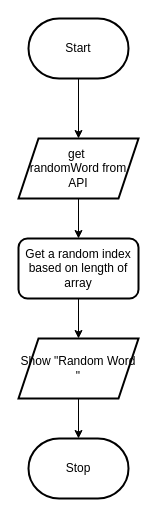
Before: design/flowchart.drawio in MTHS-ICD2O-1-2024/ICD2O-Assignment-06-catherine-vu-09, a draw.io diagram. Source tidied: cells renumbered, new cells numbered last; positions are measured from the earlier drawing's top-left corner, leaving out a move shared by most shapes. Both pictures are drawn from the tidied source at 100%, with x=0, y=0 at pixel (18, 18).
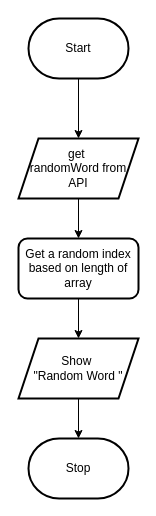
The same page after the edit.

The edit, as a diff of the source:
```diff
@@
 <mxGraphModel>
   <root>
     <mxCell id="0" />
     <mxCell id="1" parent="0" />
     <mxCell id="2" style="edgeStyle=none;html=1;" parent="1" edge="1" source="3" target="6">
       <mxGeometry relative="1" as="geometry" />
     </mxCell>
     <mxCell id="3" value="Start" style="strokeWidth=2;html=1;shape=mxgraph.flowchart.terminator;whiteSpace=wrap;" parent="1" vertex="1">
       <mxGeometry x="10" width="100" height="60" as="geometry" />
     </mxCell>
     <mxCell id="4" value="Stop" style="strokeWidth=2;html=1;shape=mxgraph.flowchart.terminator;whiteSpace=wrap;" parent="1" vertex="1">
       <mxGeometry x="10" y="420" width="100" height="60" as="geometry" />
     </mxCell>
     <mxCell id="5" style="edgeStyle=none;html=1;" parent="1" edge="1" source="6" target="8">
       <mxGeometry relative="1" as="geometry" />
     </mxCell>
     <mxCell id="6" value="get&amp;nbsp;&lt;div&gt;randomWord from API&lt;/div&gt;" style="shape=parallelogram;perimeter=parallelogramPerimeter;whiteSpace=wrap;html=1;fixedSize=1;strokeWidth=2;" parent="1" vertex="1">
       <mxGeometry y="120" width="120" height="60" as="geometry" />
     </mxCell>
     <mxCell id="7" style="edgeStyle=none;html=1;" parent="1" edge="1" source="8" target="10">
       <mxGeometry relative="1" as="geometry" />
     </mxCell>
     <mxCell id="8" value="Get a random index based on length of array" style="rounded=1;whiteSpace=wrap;html=1;strokeWidth=2;" parent="1" vertex="1">
       <mxGeometry y="220" width="120" height="60" as="geometry" />
     </mxCell>
     <mxCell id="9" style="edgeStyle=none;html=1;" parent="1" edge="1" source="10" target="4">
       <mxGeometry relative="1" as="geometry" />
     </mxCell>
-    <mxCell id="10" value="Show &quot;Random Word &quot;" style="shape=parallelogram;perimeter=parallelogramPerimeter;whiteSpace=wrap;html=1;fixedSize=1;rounded=0;strokeWidth=2;" parent="1" vertex="1">
+    <mxCell id="10" value="Show&amp;nbsp;&lt;div&gt;&quot;Random Word &quot;&lt;/div&gt;" style="shape=parallelogram;perimeter=parallelogramPerimeter;whiteSpace=wrap;html=1;fixedSize=1;rounded=0;strokeWidth=2;" parent="1" vertex="1">
       <mxGeometry y="320" width="120" height="60" as="geometry" />
     </mxCell>
   </root>
 </mxGraphModel>
```
